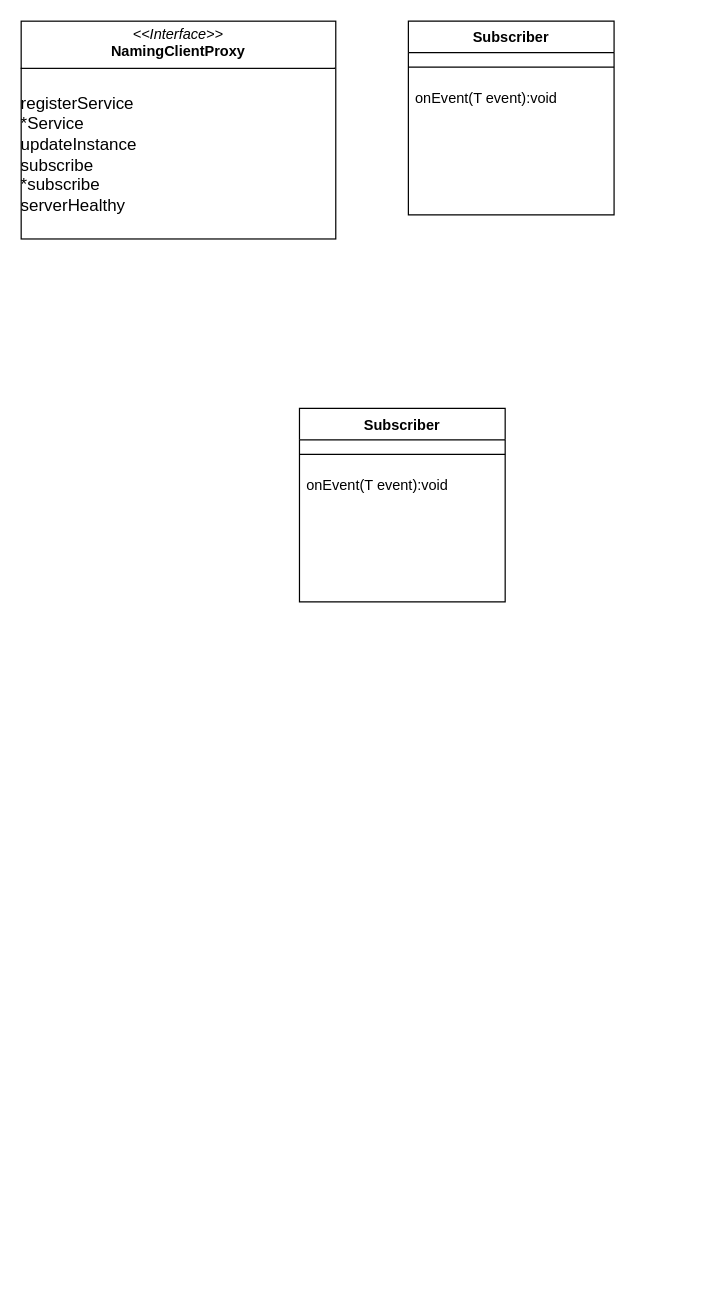
chenjinkai/drawstorage keeps this draw.io diagram as nacos网络通信.drawio. Above is the earlier version. Source tidied: cells renumbered, new cells numbered last; positions are measured from the earlier drawing's top-left corner, leaving out a move shared by most shapes. Both pictures are drawn from the tidied source at 121%, with x=0, y=0 at pixel (21, 21).
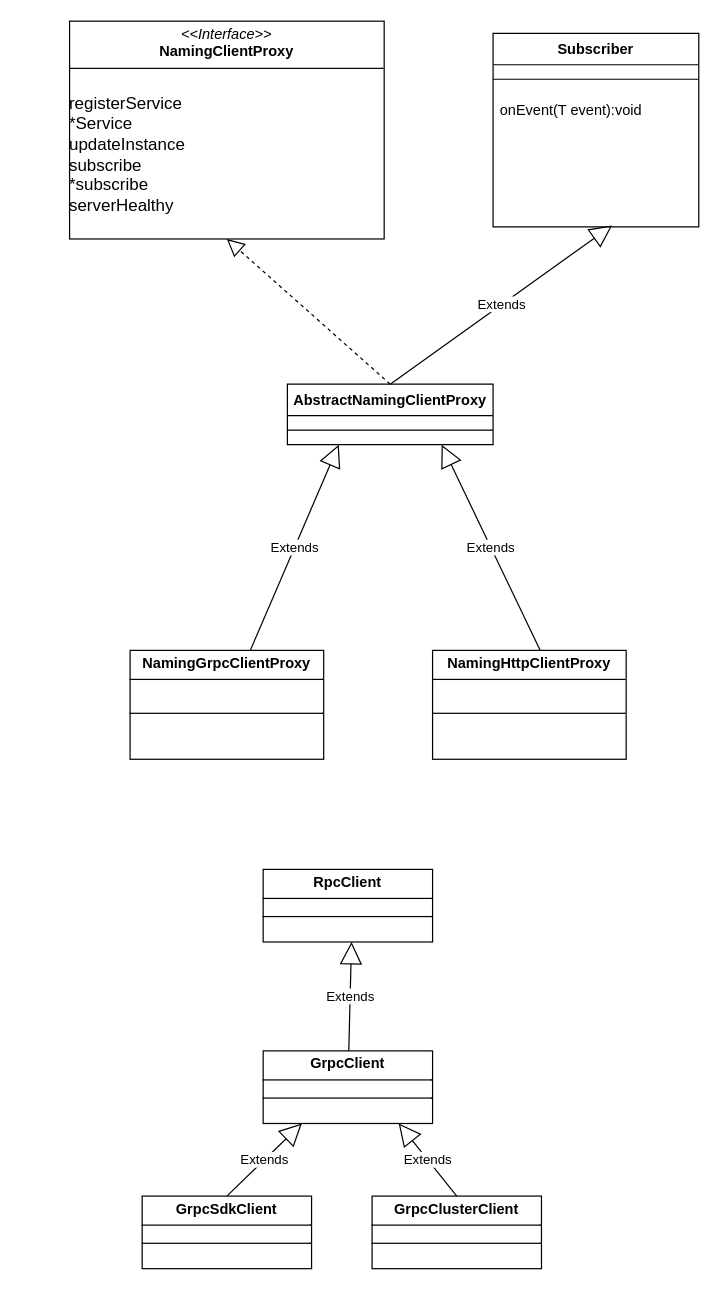
The same page after the edit.

Commit message:
更新nacos网络通信.drawio

Unchanged cells that the change refers to:
```xml
<mxCell id="5" value="onEvent(T event):void" style="text;strokeColor=none;fillColor=none;align=left;verticalAlign=top;spacingLeft=4;spacingRight=4;overflow=hidden;points=[[0,0.5],[1,0.5]];portConstraint=eastwest;whiteSpace=wrap;html=1;" parent="3" vertex="1">
  <mxGeometry y="50" width="170" height="110" as="geometry" />
</mxCell>
```

What changed in the source:
```diff
@@
     <mxCell id="2" value="&lt;p style=&quot;margin:0px;margin-top:4px;text-align:center;&quot;&gt;&lt;i&gt;&amp;lt;&amp;lt;Interface&amp;gt;&amp;gt;&lt;/i&gt;&lt;br&gt;&lt;b&gt;NamingClientProxy&lt;/b&gt;&lt;/p&gt;&lt;hr size=&quot;1&quot; style=&quot;border-style:solid;&quot;&gt;&lt;p style=&quot;margin:0px;margin-left:4px;&quot;&gt;&lt;br&gt;&lt;/p&gt;&lt;font style=&quot;font-size: 14px;&quot;&gt;registerService&lt;/font&gt;&lt;div&gt;&lt;font style=&quot;font-size: 14px;&quot;&gt;*Service&lt;/font&gt;&lt;/div&gt;&lt;div&gt;&lt;font style=&quot;font-size: 14px;&quot;&gt;updateInstance&lt;/font&gt;&lt;/div&gt;&lt;div&gt;&lt;div&gt;&lt;font style=&quot;font-size: 14px;&quot;&gt;subscribe&lt;/font&gt;&lt;/div&gt;&lt;div&gt;&lt;font style=&quot;font-size: 14px;&quot;&gt;*subscribe&lt;/font&gt;&lt;/div&gt;&lt;div&gt;&lt;font style=&quot;font-size: 14px;&quot;&gt;serverHealthy&lt;/font&gt;&lt;/div&gt;&lt;/div&gt;&lt;div&gt;&lt;font style=&quot;font-size: 14px;&quot;&gt;&lt;br&gt;&lt;/font&gt;&lt;/div&gt;&lt;div&gt;&lt;font style=&quot;font-size: 14px;&quot;&gt;&lt;br&gt;&lt;/font&gt;&lt;/div&gt;&lt;div&gt;&lt;br&gt;&lt;/div&gt;" style="verticalAlign=top;align=left;overflow=fill;html=1;whiteSpace=wrap;" parent="1" vertex="1">
-      <mxGeometry width="260" height="180" as="geometry" />
+      <mxGeometry x="40" width="260" height="180" as="geometry" />
     </mxCell>
     <mxCell id="3" value="&lt;b&gt;Subscriber&lt;/b&gt;" style="swimlane;fontStyle=1;align=center;verticalAlign=top;horizontal=1;startSize=26;whiteSpace=wrap;html=1;" parent="1" vertex="1">
-      <mxGeometry x="320" width="170" height="160" as="geometry" />
+      <mxGeometry x="390" y="10" width="170" height="160" as="geometry" />
     </mxCell>
@@
-    <mxCell id="6" value="&lt;b&gt;Subscriber&lt;/b&gt;" style="swimlane;fontStyle=1;align=center;verticalAlign=top;horizontal=1;startSize=26;whiteSpace=wrap;html=1;" parent="1" vertex="1">
-      <mxGeometry x="230" y="320" width="170" height="160" as="geometry" />
+    <mxCell id="6" value="&lt;b&gt;AbstractNamingClientProxy&lt;/b&gt;" style="swimlane;fontStyle=1;align=center;verticalAlign=top;horizontal=1;startSize=26;whiteSpace=wrap;html=1;" parent="1" vertex="1">
+      <mxGeometry x="220" y="300" width="170" height="50" as="geometry" />
     </mxCell>
@@
-    <mxCell id="8" value="onEvent(T event):void" style="text;strokeColor=none;fillColor=none;align=left;verticalAlign=top;spacingLeft=4;spacingRight=4;overflow=hidden;whiteSpace=wrap;html=1;" parent="6" vertex="1">
-      <mxGeometry y="50" width="170" height="110" as="geometry" />
-    </mxCell>
+    <mxCell id="9" style="endArrow=block;dashed=1;endFill=0;endSize=12;html=1;rounded=0;entryX=0.5;entryY=1;entryDx=0;entryDy=0;exitX=0.5;exitY=0;exitDx=0;exitDy=0;" parent="1" edge="1" source="6" target="2">
+      <mxGeometry relative="1" as="geometry" />
+    </mxCell>
+    <mxCell id="10" value="Extends" style="endArrow=block;endSize=16;endFill=0;html=1;rounded=0;entryX=0.579;entryY=0.989;entryDx=0;entryDy=0;entryPerimeter=0;exitX=0.5;exitY=0;exitDx=0;exitDy=0;" parent="1" edge="1" source="6" target="5">
+      <mxGeometry relative="1" as="geometry" />
+    </mxCell>
+    <mxCell id="11" value="Extends" style="endArrow=block;endSize=16;endFill=0;html=1;rounded=0;entryX=0.25;entryY=1;entryDx=0;entryDy=0;" parent="1" edge="1" source="13" target="6">
+      <mxGeometry relative="1" as="geometry" />
+    </mxCell>
+    <mxCell id="12" value="Extends" style="endArrow=block;endSize=16;endFill=0;html=1;rounded=0;entryX=0.75;entryY=1;entryDx=0;entryDy=0;exitX=0.555;exitY=-0.004;exitDx=0;exitDy=0;exitPerimeter=0;" parent="1" edge="1" source="14" target="6">
+      <mxGeometry relative="1" as="geometry" />
+    </mxCell>
+    <mxCell id="13" value="&lt;p style=&quot;margin:0px;margin-top:4px;text-align:center;&quot;&gt;&lt;b&gt;NamingGrpcClientProxy&lt;/b&gt;&lt;/p&gt;&lt;hr size=&quot;1&quot; style=&quot;border-style:solid;&quot;&gt;&lt;p style=&quot;margin:0px;margin-left:4px;&quot;&gt;&lt;br&gt;&lt;/p&gt;&lt;hr size=&quot;1&quot; style=&quot;border-style:solid;&quot;&gt;&lt;p style=&quot;margin:0px;margin-left:4px;&quot;&gt;&lt;br&gt;&lt;/p&gt;" style="verticalAlign=top;align=left;overflow=fill;html=1;whiteSpace=wrap;" parent="1" vertex="1">
+      <mxGeometry x="90" y="520" width="160" height="90" as="geometry" />
+    </mxCell>
+    <mxCell id="14" value="&lt;p style=&quot;margin:0px;margin-top:4px;text-align:center;&quot;&gt;&lt;b style=&quot;color: rgb(0, 0, 0);&quot;&gt;NamingHttpClientProxy&lt;/b&gt;&lt;/p&gt;&lt;hr size=&quot;1&quot; style=&quot;border-style:solid;&quot;&gt;&lt;p style=&quot;margin:0px;margin-left:4px;&quot;&gt;&lt;br&gt;&lt;/p&gt;&lt;hr size=&quot;1&quot; style=&quot;border-style:solid;&quot;&gt;&lt;p style=&quot;margin:0px;margin-left:4px;&quot;&gt;&lt;br&gt;&lt;/p&gt;" style="verticalAlign=top;align=left;overflow=fill;html=1;whiteSpace=wrap;" parent="1" vertex="1">
+      <mxGeometry x="340" y="520" width="160" height="90" as="geometry" />
+    </mxCell>
+    <mxCell id="15" value="&lt;p style=&quot;margin:0px;margin-top:4px;text-align:center;&quot;&gt;&lt;b&gt;RpcClient&lt;/b&gt;&lt;/p&gt;&lt;hr size=&quot;1&quot; style=&quot;border-style:solid;&quot;&gt;&lt;div style=&quot;height:2px;&quot;&gt;&lt;/div&gt;&lt;hr size=&quot;1&quot; style=&quot;border-style:solid;&quot;&gt;&lt;div style=&quot;height:2px;&quot;&gt;&lt;/div&gt;" style="verticalAlign=top;align=left;overflow=fill;html=1;whiteSpace=wrap;" parent="1" vertex="1">
+      <mxGeometry x="200" y="701" width="140" height="60" as="geometry" />
+    </mxCell>
+    <mxCell id="16" value="&lt;p style=&quot;margin:0px;margin-top:4px;text-align:center;&quot;&gt;&lt;b&gt;GrpcClient&lt;/b&gt;&lt;/p&gt;&lt;hr size=&quot;1&quot; style=&quot;border-style:solid;&quot;&gt;&lt;div style=&quot;height:2px;&quot;&gt;&lt;/div&gt;&lt;hr size=&quot;1&quot; style=&quot;border-style:solid;&quot;&gt;&lt;div style=&quot;height:2px;&quot;&gt;&lt;/div&gt;" style="verticalAlign=top;align=left;overflow=fill;html=1;whiteSpace=wrap;" parent="1" vertex="1">
+      <mxGeometry x="200" y="851" width="140" height="60" as="geometry" />
+    </mxCell>
+    <mxCell id="17" value="Extends" style="endArrow=block;endSize=16;endFill=0;html=1;rounded=0;entryX=0.579;entryY=0.989;entryDx=0;entryDy=0;entryPerimeter=0;" parent="1" edge="1" source="16">
+      <mxGeometry relative="1" as="geometry">
+        <mxPoint x="273" y="761" as="targetPoint" />
+      </mxGeometry>
+    </mxCell>
+    <mxCell id="18" value="&lt;p style=&quot;margin:0px;margin-top:4px;text-align:center;&quot;&gt;&lt;b&gt;GrpcSdkClient&lt;/b&gt;&lt;/p&gt;&lt;hr size=&quot;1&quot; style=&quot;border-style:solid;&quot;&gt;&lt;div style=&quot;height:2px;&quot;&gt;&lt;/div&gt;&lt;hr size=&quot;1&quot; style=&quot;border-style:solid;&quot;&gt;&lt;div style=&quot;height:2px;&quot;&gt;&lt;/div&gt;" style="verticalAlign=top;align=left;overflow=fill;html=1;whiteSpace=wrap;" parent="1" vertex="1">
+      <mxGeometry x="100" y="971" width="140" height="60" as="geometry" />
+    </mxCell>
+    <mxCell id="19" value="&lt;p style=&quot;margin:0px;margin-top:4px;text-align:center;&quot;&gt;&lt;b&gt;GrpcClusterClient&lt;/b&gt;&lt;/p&gt;&lt;hr size=&quot;1&quot; style=&quot;border-style:solid;&quot;&gt;&lt;div style=&quot;height:2px;&quot;&gt;&lt;/div&gt;&lt;hr size=&quot;1&quot; style=&quot;border-style:solid;&quot;&gt;&lt;div style=&quot;height:2px;&quot;&gt;&lt;/div&gt;" style="verticalAlign=top;align=left;overflow=fill;html=1;whiteSpace=wrap;" parent="1" vertex="1">
+      <mxGeometry x="290" y="971" width="140" height="60" as="geometry" />
+    </mxCell>
+    <mxCell id="20" value="Extends" style="endArrow=block;endSize=16;endFill=0;html=1;rounded=0;entryX=0.579;entryY=0.989;entryDx=0;entryDy=0;entryPerimeter=0;exitX=0.5;exitY=0;exitDx=0;exitDy=0;" parent="1" edge="1" source="18">
+      <mxGeometry relative="1" as="geometry">
+        <mxPoint x="232" y="911" as="targetPoint" />
+      </mxGeometry>
+    </mxCell>
+    <mxCell id="21" value="Extends" style="endArrow=block;endSize=16;endFill=0;html=1;rounded=0;entryX=0.579;entryY=0.989;entryDx=0;entryDy=0;entryPerimeter=0;exitX=0.5;exitY=0;exitDx=0;exitDy=0;" parent="1" edge="1" source="19">
+      <mxGeometry relative="1" as="geometry">
+        <mxPoint x="312" y="911" as="targetPoint" />
+      </mxGeometry>
+    </mxCell>
```
